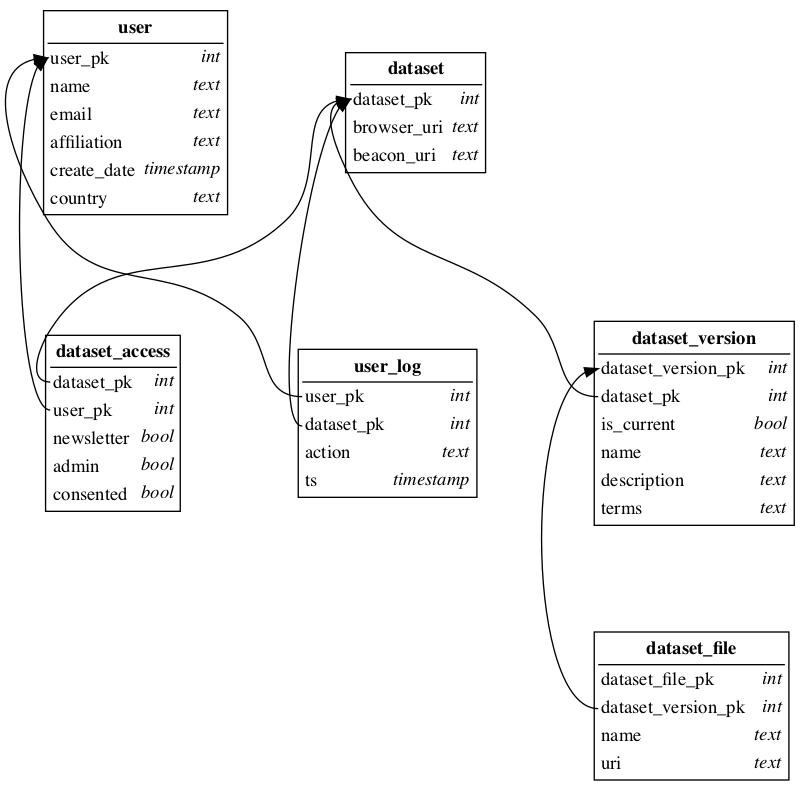
Above: sql/schema.dot.png in NBISweden/swefreq (Graphviz), before the change. Its source is kept beside it as sql/schema.dot.
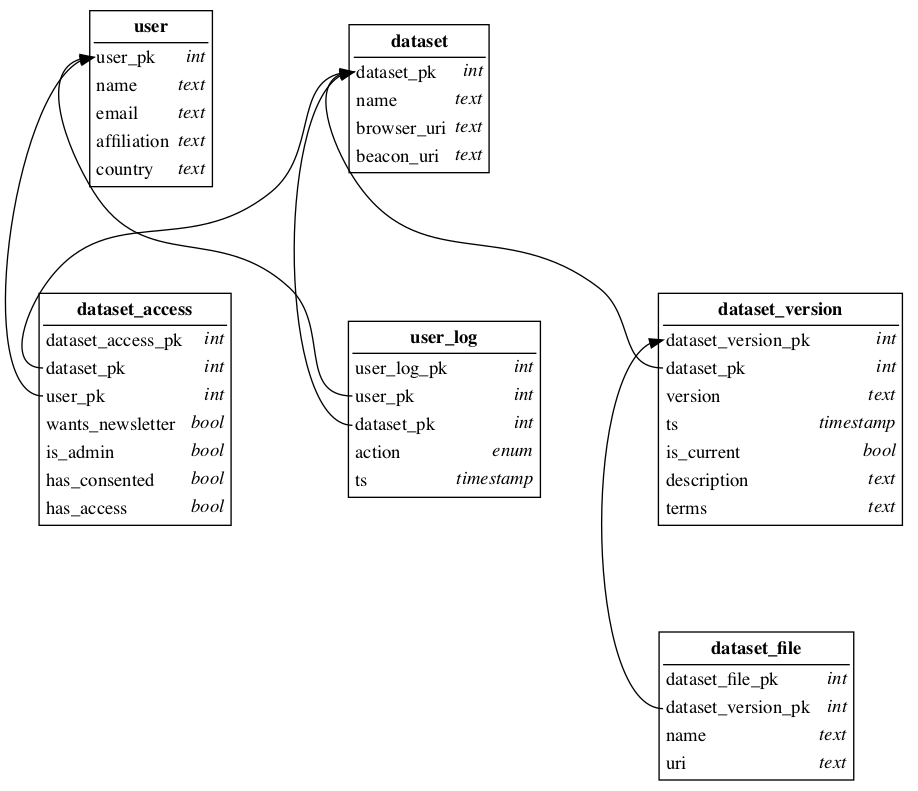
After the commit.

What changed in the source:
```diff
@@ -14,32 +14,35 @@
             <tr><td align="left">name</td><td align="right"><i>text</i></td></tr>
             <tr><td align="left" port="email">email</td><td align="right"><i>text</i></td></tr>
             <tr><td align="left">affiliation</td><td align="right"><i>text</i></td></tr>
-            <tr><td align="left">create_date</td><td align="right"><i>timestamp</i></td></tr>
             <tr><td align="left">country</td><td align="right"><i>text</i></td></tr>
             </table>> ];
 
         dataset [ label=<<table border="1" cellborder="0">
             <tr><td border="1" sides="b" colspan="2"><b>dataset</b></td></tr>
             <tr><td align="left" port="pk">dataset_pk</td><td align="right"><i>int</i></td></tr>
+            <tr><td align="left">name</td>                <td align="right"><i>text</i></td></tr>
             <tr><td align="left">browser_uri</td>         <td align="right"><i>text</i></td></tr>
             <tr><td align="left">beacon_uri</td>          <td align="right"><i>text</i></td></tr>
             </table>> ];
 
         user_log [ label=<<table border="1" cellborder="0">
             <tr><td border="1" sides="b" colspan="2"><b>user_log</b></td></tr>
+            <tr><td align="left" port="user_log_pk">user_log_pk</td><td align="right"><i>int</i></td></tr>
             <tr><td align="left" port="user_pk">user_pk</td><td align="right"><i>int</i></td></tr>
             <tr><td align="left" port="dataset">dataset_pk</td><td align="right"><i>int</i></td></tr>
-            <tr><td align="left">action</td><td align="right"><i>text</i></td></tr>
+            <tr><td align="left">action</td><td align="right"><i>enum</i></td></tr>
             <tr><td align="left">ts</td><td align="right"><i>timestamp</i></td></tr>
             </table>> ];
 
         dataset_access [ label=<<table border="1" cellborder="0">
             <tr><td border="1" sides="b" colspan="2"><b>dataset_access</b></td></tr>
+            <tr><td align="left">dataset_access_pk</td><td align="right"><i>int</i></td></tr>
             <tr><td align="left" port="dataset">dataset_pk</td><td align="right"><i>int</i></td></tr>
             <tr><td align="left" port="user">user_pk</td><td align="right"><i>int</i></td></tr>
-            <tr><td align="left">newsletter</td><td align="right"><i>bool</i></td></tr>
-            <tr><td align="left">admin</td><td align="right"><i>bool</i></td></tr>
-            <tr><td align="left">consented</td><td align="right"><i>bool</i></td></tr>
+            <tr><td align="left">wants_newsletter</td><td align="right"><i>bool</i></td></tr>
+            <tr><td align="left">is_admin</td><td align="right"><i>bool</i></td></tr>
+            <tr><td align="left">has_consented</td><td align="right"><i>bool</i></td></tr>
+            <tr><td align="left">has_access</td><td align="right"><i>bool</i></td></tr>
             </table>> ];
 
 
@@ -47,8 +50,9 @@
             <tr><td border="1" sides="b" colspan="2"><b>dataset_version</b></td></tr>
             <tr><td align="left" port="pk">dataset_version_pk</td><td align="right"><i>int</i></td></tr>
             <tr><td align="left" port="dataset">dataset_pk</td><td align="right"><i>int</i></td></tr>
+            <tr><td align="left">version</td><td align="right"><i>text</i></td></tr>
+            <tr><td align="left">ts</td><td align="right"><i>timestamp</i></td></tr>
             <tr><td align="left">is_current</td><td align="right"><i>bool</i></td></tr>
-            <tr><td align="left">name</td><td align="right"><i>text</i></td></tr>
             <tr><td align="left">description</td><td align="right"><i>text</i></td></tr>
             <tr><td align="left">terms</td><td align="right"><i>text</i></td></tr>
             </table>> ];
```
